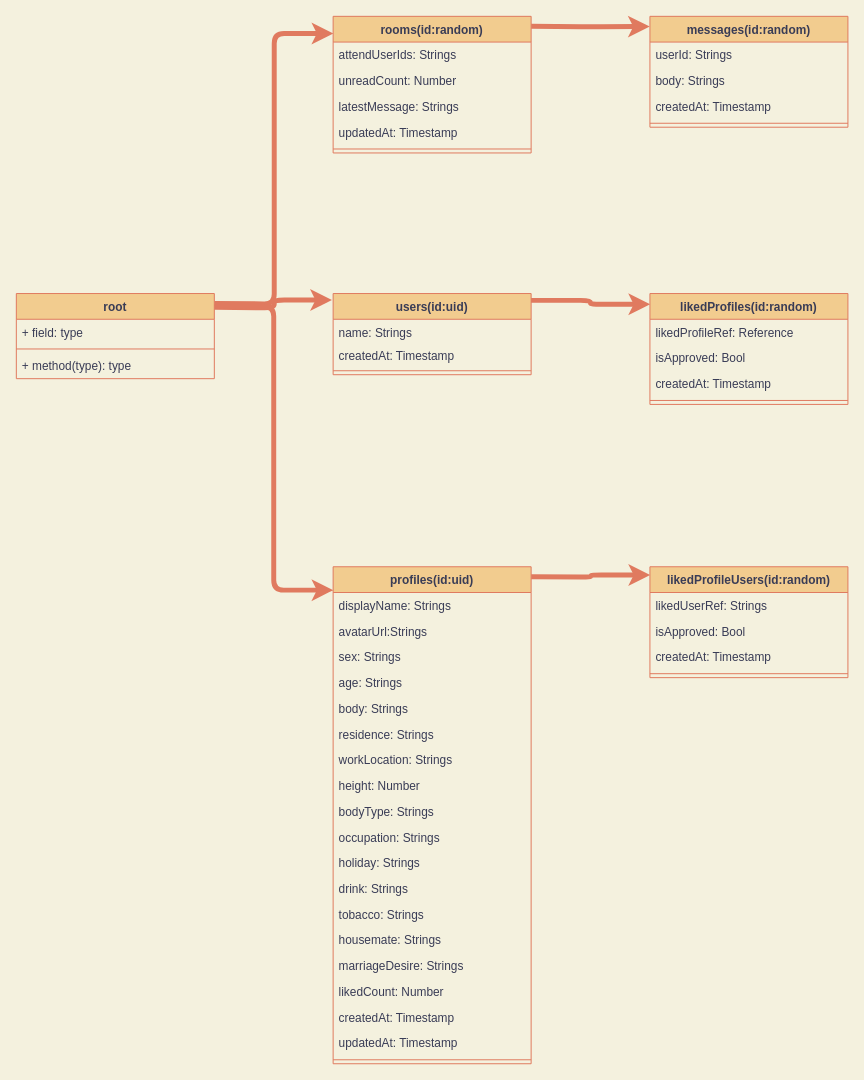
Earlier version of the draw.io diagram store/firestore.drawio (KoheiB/my-matching-app). Source tidied: cells renumbered, new cells numbered last; positions are measured from the earlier drawing's top-left corner, leaving out a move shared by most shapes. Both pictures are drawn from the tidied source at 99%, with x=0, y=0 at pixel (16, 16).
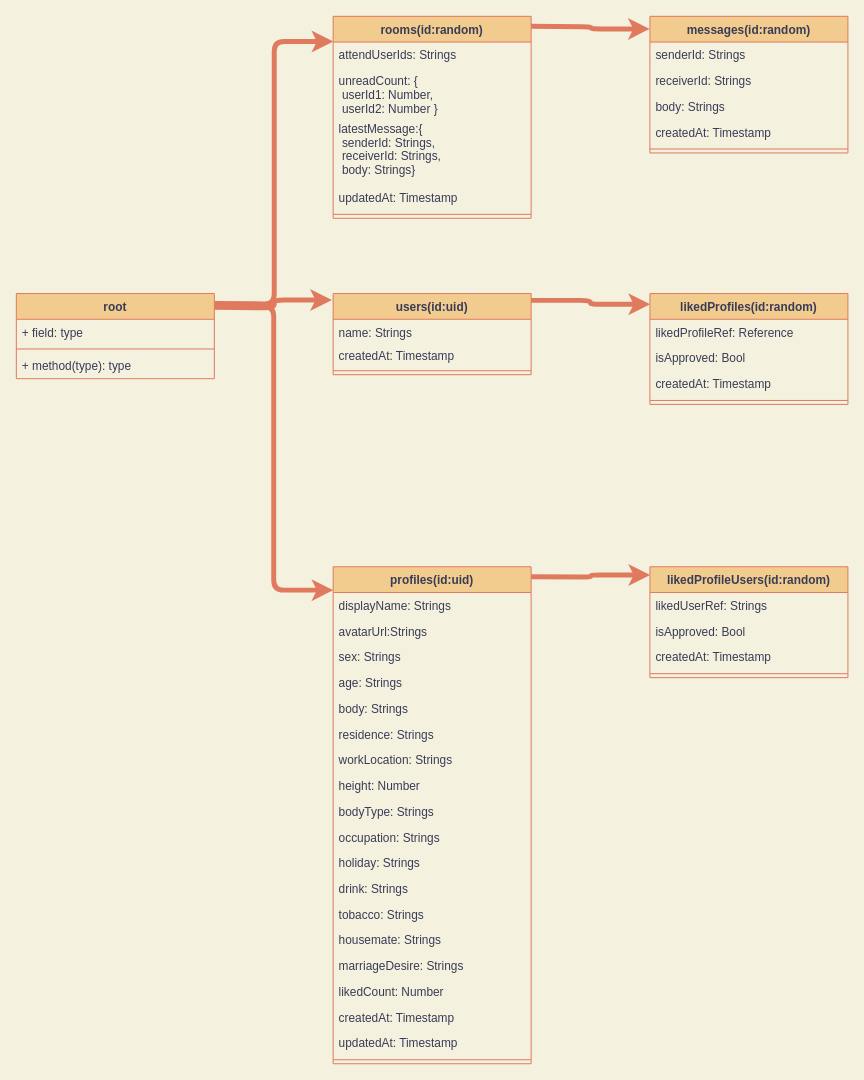
After the change.

The edit, as a diff of the source:
```diff
@@
     <mxCell id="36" value="rooms(id:random)" style="swimlane;fontStyle=1;align=center;verticalAlign=top;horizontal=1;startSize=26;fillColor=#F2CC8F;strokeColor=#E07A5F;fontColor=#393C56;" parent="1" vertex="1">
-      <mxGeometry x="320" width="200" height="138" as="geometry" />
+      <mxGeometry x="320" width="200" height="204" as="geometry" />
     </mxCell>
@@
-    <mxCell id="38" value="unreadCount: Number" style="text;strokeColor=none;fillColor=none;align=left;verticalAlign=top;spacingLeft=4;spacingRight=4;overflow=hidden;fontColor=#393C56;" parent="36" vertex="1">
-      <mxGeometry y="52" width="200" height="26" as="geometry" />
+    <mxCell id="38" value="unreadCount: {&#10; userId1: Number,&#10; userId2: Number }" style="text;strokeColor=none;fillColor=none;align=left;verticalAlign=top;spacingLeft=4;spacingRight=4;overflow=hidden;fontColor=#393C56;" parent="36" vertex="1">
+      <mxGeometry y="52" width="200" height="48" as="geometry" />
     </mxCell>
-    <mxCell id="39" value="latestMessage: Strings" style="text;strokeColor=none;fillColor=none;align=left;verticalAlign=top;spacingLeft=4;spacingRight=4;overflow=hidden;fontColor=#393C56;" parent="36" vertex="1">
-      <mxGeometry y="78" width="200" height="26" as="geometry" />
+    <mxCell id="39" value="latestMessage:{&#10; senderId: Strings,&#10; receiverId: Strings,&#10; body: Strings}" style="text;strokeColor=none;fillColor=none;align=left;verticalAlign=top;spacingLeft=4;spacingRight=4;overflow=hidden;fontColor=#393C56;" parent="36" vertex="1">
+      <mxGeometry y="100" width="200" height="70" as="geometry" />
     </mxCell>
     <mxCell id="40" value="updatedAt: Timestamp" style="text;strokeColor=none;fillColor=none;align=left;verticalAlign=top;spacingLeft=4;spacingRight=4;overflow=hidden;fontColor=#393C56;" parent="36" vertex="1">
-      <mxGeometry y="104" width="200" height="26" as="geometry" />
+      <mxGeometry y="170" width="200" height="26" as="geometry" />
     </mxCell>
     <mxCell id="41" style="line;strokeWidth=1;fillColor=none;align=left;verticalAlign=middle;spacingTop=-1;spacingLeft=3;spacingRight=3;labelPosition=right;strokeColor=#E07A5F;fontColor=#393C56;labelBackgroundColor=#F4F1DE;" parent="36" vertex="1">
-      <mxGeometry y="130" width="200" height="8" as="geometry" />
+      <mxGeometry y="196" width="200" height="8" as="geometry" />
     </mxCell>
@@
     <mxCell id="47" value="messages(id:random)" style="swimlane;fontStyle=1;align=center;verticalAlign=top;horizontal=1;startSize=26;fillColor=#F2CC8F;strokeColor=#E07A5F;fontColor=#393C56;" parent="1" vertex="1">
-      <mxGeometry x="640" width="200" height="112" as="geometry" />
+      <mxGeometry x="640" width="200" height="138" as="geometry" />
     </mxCell>
-    <mxCell id="48" value="userId: Strings" style="text;strokeColor=none;fillColor=none;align=left;verticalAlign=top;spacingLeft=4;spacingRight=4;overflow=hidden;fontColor=#393C56;" parent="47" vertex="1">
+    <mxCell id="48" value="senderId: Strings" style="text;strokeColor=none;fillColor=none;align=left;verticalAlign=top;spacingLeft=4;spacingRight=4;overflow=hidden;fontColor=#393C56;" parent="47" vertex="1">
       <mxGeometry y="26" width="200" height="26" as="geometry" />
     </mxCell>
+    <mxCell id="57" value="receiverId: Strings" style="text;strokeColor=none;fillColor=none;align=left;verticalAlign=top;spacingLeft=4;spacingRight=4;overflow=hidden;fontColor=#393C56;" parent="47" vertex="1">
+      <mxGeometry y="52" width="200" height="26" as="geometry" />
+    </mxCell>
     <mxCell id="49" value="body: Strings" style="text;strokeColor=none;fillColor=none;align=left;verticalAlign=top;spacingLeft=4;spacingRight=4;overflow=hidden;fontColor=#393C56;" parent="47" vertex="1">
-      <mxGeometry y="52" width="200" height="26" as="geometry" />
+      <mxGeometry y="78" width="200" height="26" as="geometry" />
     </mxCell>
     <mxCell id="50" value="createdAt: Timestamp" style="text;strokeColor=none;fillColor=none;align=left;verticalAlign=top;spacingLeft=4;spacingRight=4;overflow=hidden;fontColor=#393C56;" parent="47" vertex="1">
-      <mxGeometry y="78" width="200" height="26" as="geometry" />
+      <mxGeometry y="104" width="200" height="26" as="geometry" />
     </mxCell>
     <mxCell id="51" style="line;strokeWidth=1;fillColor=none;align=left;verticalAlign=middle;spacingTop=-1;spacingLeft=3;spacingRight=3;labelPosition=right;strokeColor=#E07A5F;fontColor=#393C56;labelBackgroundColor=#F4F1DE;" parent="47" vertex="1">
-      <mxGeometry y="104" width="200" height="8" as="geometry" />
+      <mxGeometry y="130" width="200" height="8" as="geometry" />
     </mxCell>
```
